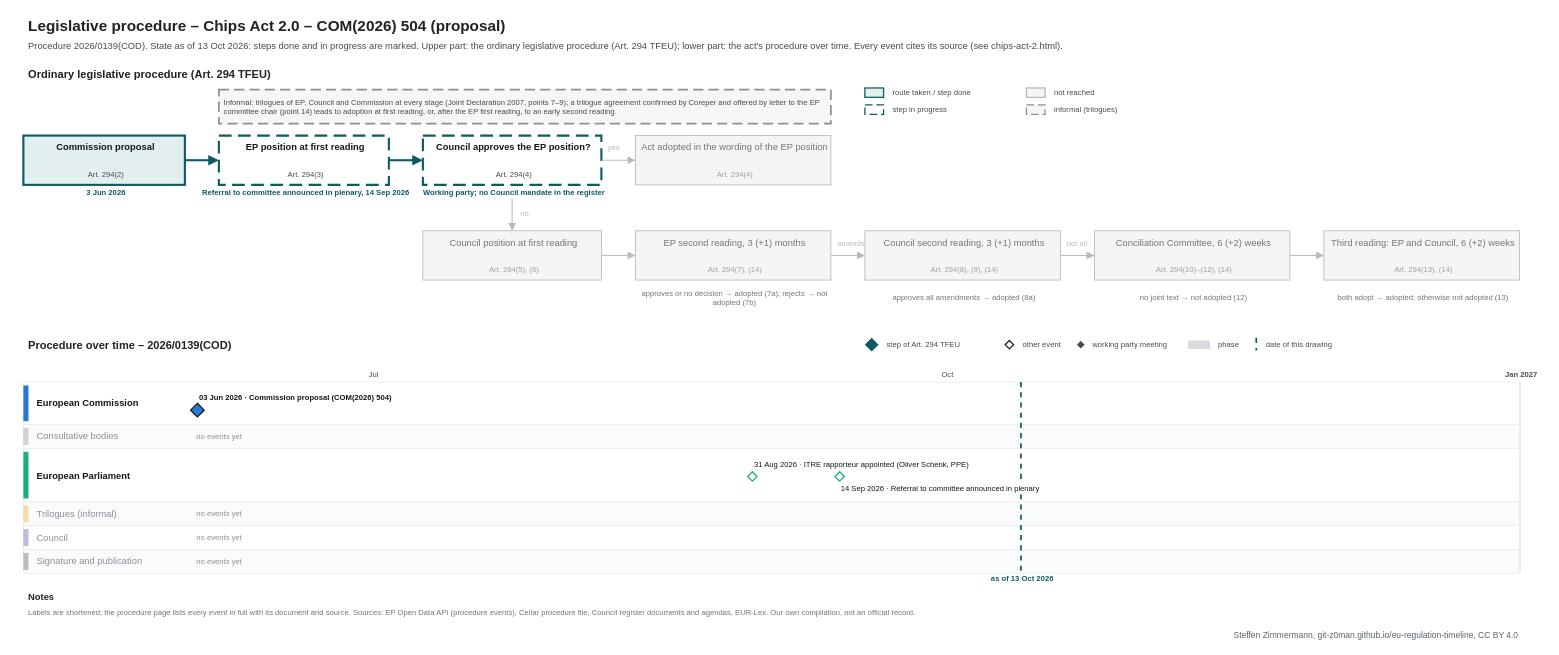
Earlier version of the draw.io diagram procedures/chips-act-2.drawio (git-z0man/eu-regulation-timeline). Source tidied: cells renumbered, new cells numbered last; positions are measured from the earlier drawing's top-left corner, leaving out a move shared by most shapes. Both pictures are drawn from the tidied source at 85%, with x=0, y=0 at pixel (14, 14).
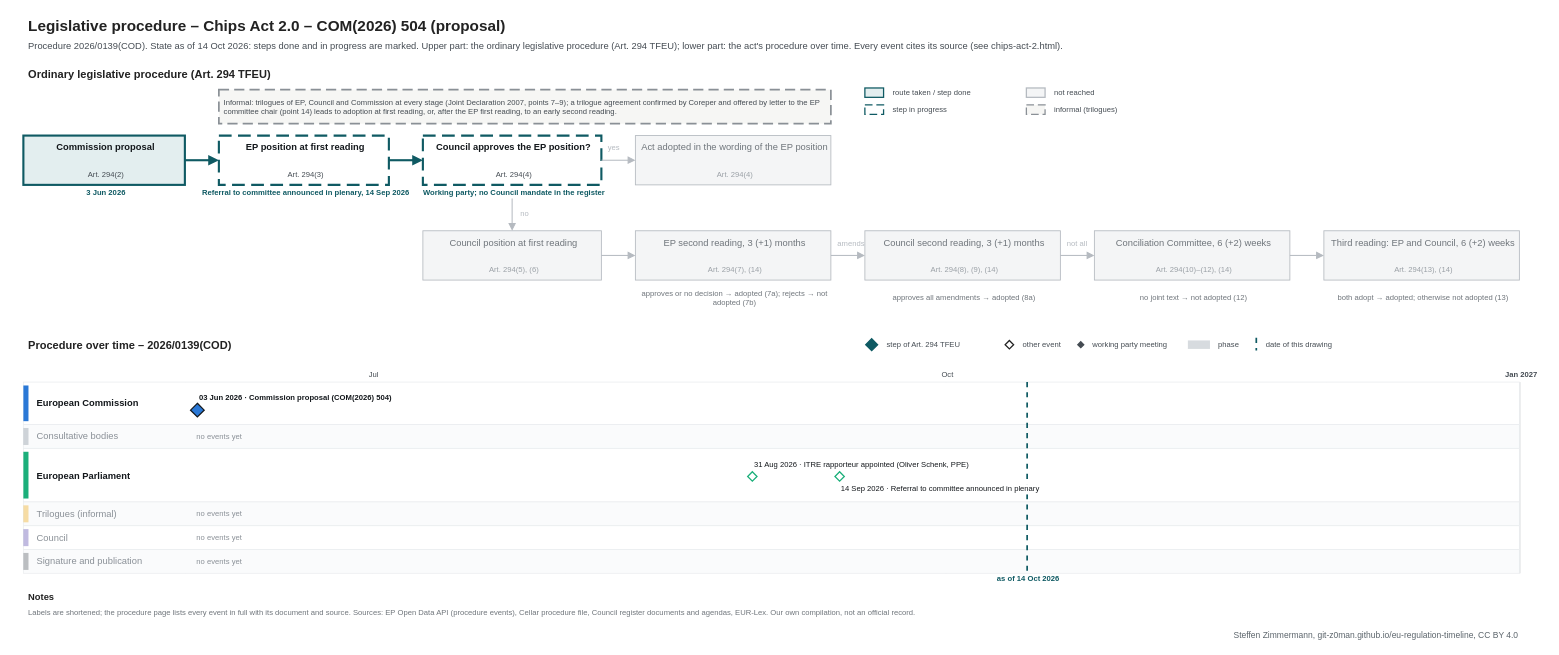
After the change.

The edit, as a diff of the source:
```diff
@@
-    <mxCell id="3" value="Procedure 2026/0139(COD). State as of 13 Oct 2026: steps done and in progress are marked. Upper part: the ordinary legislative procedure (Art. 294 TFEU); lower part: the act's procedure over time. Every event cites its source (see chips-act-2.html)." style="text;html=1;fontSize=11;fontColor=#454c53;align=left;verticalAlign=middle;spacingLeft=4;" parent="1" vertex="1">
+    <mxCell id="3" value="Procedure 2026/0139(COD). State as of 14 Oct 2026: steps done and in progress are marked. Upper part: the ordinary legislative procedure (Art. 294 TFEU); lower part: the act's procedure over time. Every event cites its source (see chips-act-2.html)." style="text;html=1;fontSize=11;fontColor=#454c53;align=left;verticalAlign=middle;spacingLeft=4;" parent="1" vertex="1">
       <mxGeometry x="10" y="28" width="1700" height="18" as="geometry" />
     </mxCell>
@@
     <mxCell id="105" style="line;html=1;strokeWidth=2;strokeColor=#0f5a63;direction=south;dashed=1;" parent="1" vertex="1">
-      <mxGeometry x="1183.1" y="432" width="1" height="225" as="geometry" />
+      <mxGeometry x="1190.4" y="432" width="1" height="225" as="geometry" />
     </mxCell>
-    <mxCell id="106" value="as of 13 Oct 2026" style="text;html=1;fontSize=9;fontColor=#0f5a63;align=center;verticalAlign=middle;spacingLeft=4;fontStyle=1;" parent="1" vertex="1">
-      <mxGeometry x="1123.1" y="658" width="120" height="12" as="geometry" />
+    <mxCell id="106" value="as of 14 Oct 2026" style="text;html=1;fontSize=9;fontColor=#0f5a63;align=center;verticalAlign=middle;spacingLeft=4;fontStyle=1;" parent="1" vertex="1">
+      <mxGeometry x="1130.4" y="658" width="120" height="12" as="geometry" />
     </mxCell>
```
